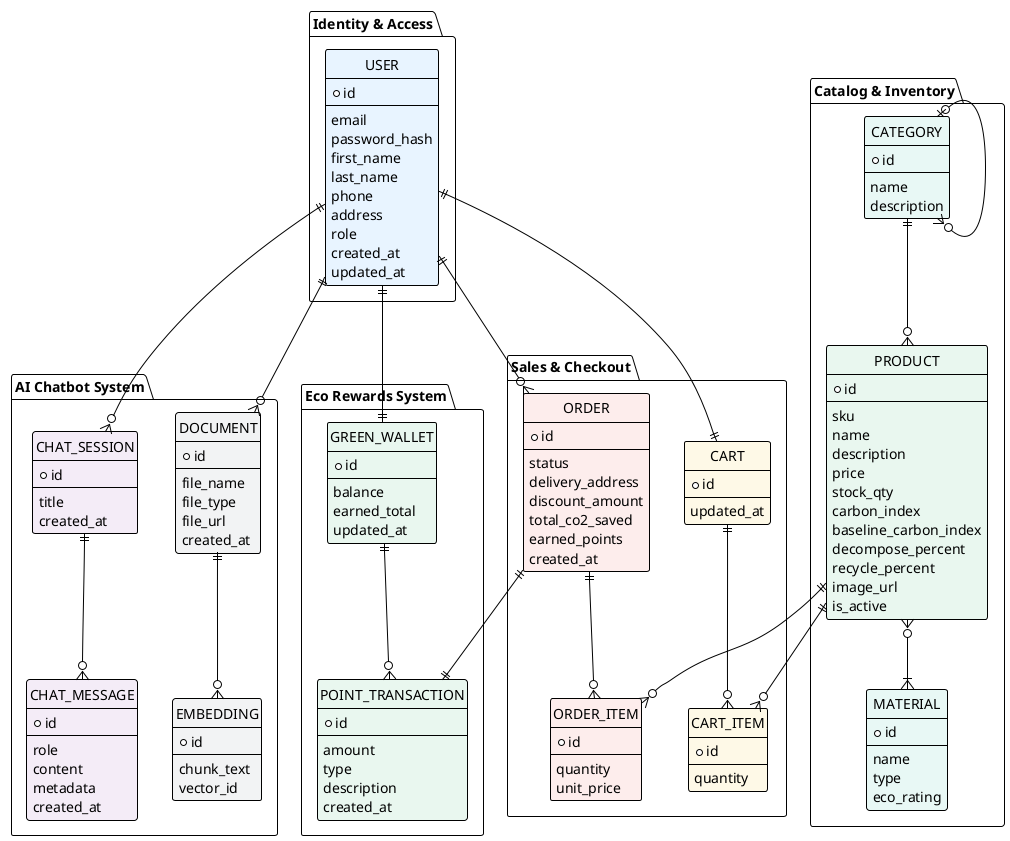
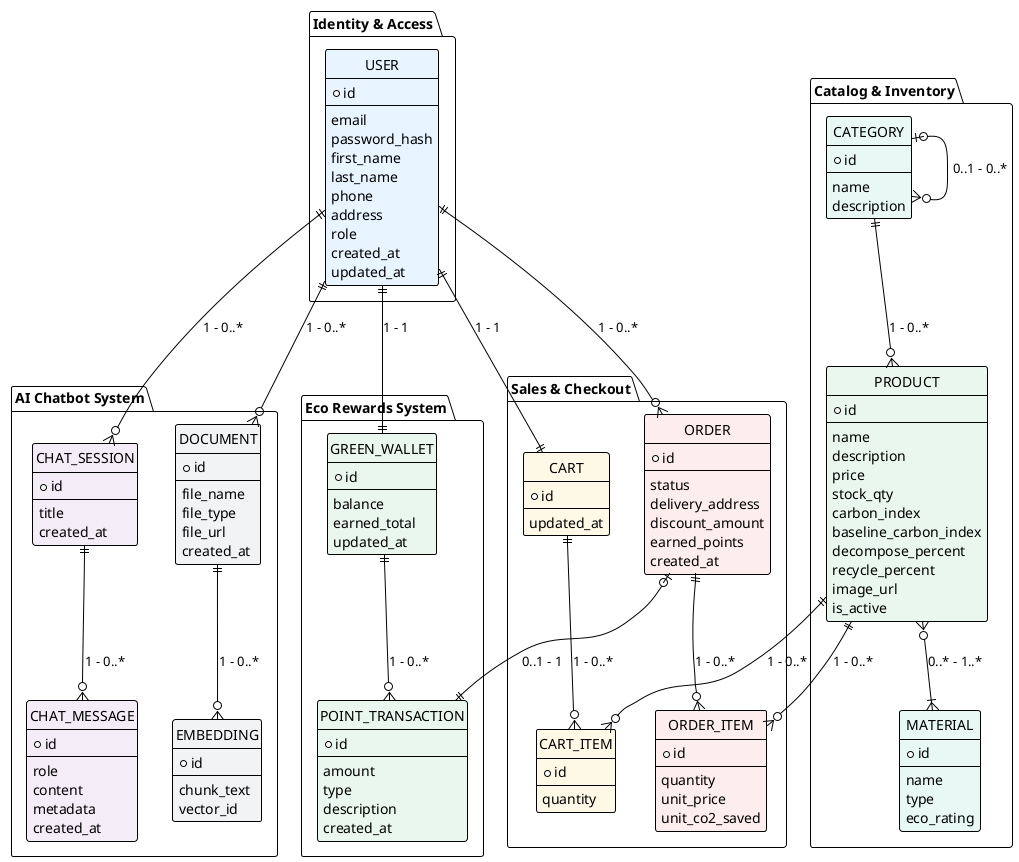
@startuml CDM
!theme plain
hide circle

' ================= PACKAGES & ENTITIES =================

package "Identity & Access" {
  entity "USER" as user #E8F4FF {
    * id
    --
    email
    password_hash
    first_name
    last_name
    phone
    address
    role
    created_at
    updated_at
  }
}

package "Catalog & Inventory" {
  entity "CATEGORY" as category #E8F8F5 {
    * id
    --
    name
    description
  }

  entity "PRODUCT" as product #E9F7EF {
    * id
    ---
-     sku
    name
    description
    price
    stock_qty
    carbon_index
    baseline_carbon_index
    decompose_percent
    recycle_percent
    image_url
    is_active
  }

  entity "MATERIAL" as material #E8F8F5 {
    * id
    --
    name
    type
    eco_rating
  }
}

package "Sales & Checkout" {
  entity "CART" as cart #FEF9E7 {
    * id
    --
    updated_at
  }

  entity "CART_ITEM" as cart_item #FEF9E7 {
    * id
    --
    quantity
  }

  entity "ORDER" as order #FDEDEC {
    * id
    --
    status
    delivery_address
    discount_amount
-     total_co2_saved
    earned_points
    created_at
  }

  entity "ORDER_ITEM" as order_item #FDEDEC {
    * id
    --
    quantity
    unit_price
+     unit_co2_saved
  }
}

package "Eco Rewards System" {
  entity "GREEN_WALLET" as green_wallet #E9F7EF {
    * id
    --
    balance
    earned_total
    updated_at
  }

  entity "POINT_TRANSACTION" as point_transaction #E9F7EF {
    * id
    --
    amount
    type
    description
    created_at
  }
}

package "AI Chatbot System" {
  entity "CHAT_SESSION" as chat_session #F4ECF7 {
    * id
    --
    title
    created_at
  }

  entity "CHAT_MESSAGE" as chat_message #F4ECF7 {
    * id
    --
    role
    content
    metadata
    created_at
  }

  entity "DOCUMENT" as document #F2F3F4 {
    * id
    --
    file_name
    file_type
    file_url
    created_at
  }

  entity "EMBEDDING" as embedding #F2F3F4 {
    * id
    --
    chunk_text
    vector_id
  }
}

' ================= RELATIONSHIPS =================

- user ||--|| cart
- cart ||--o{ cart_item
+ user ||--|| cart : "1 - 1"
+ cart ||--o{ cart_item : "1 - 0..*"

- category |o--o{ category
- category ||--o{ product
- product ||--o{ cart_item
+ category |o--o{ category : "0..1 - 0..*"
+ category ||--o{ product : "1 - 0..*"
+ product ||--o{ cart_item : "1 - 0..*"

- user ||--o{ order
- order ||--o{ order_item
- product ||--o{ order_item
+ user ||--o{ order : "1 - 0..*"
+ order ||--o{ order_item : "1 - 0..*"
+ product ||--o{ order_item : "1 - 0..*"

- user ||--|| green_wallet
- green_wallet ||--o{ point_transaction
- order ||--|| point_transaction
+ user ||--|| green_wallet : "1 - 1"
+ green_wallet ||--o{ point_transaction : "1 - 0..*"
+ order |o--|| point_transaction : "0..1 - 1"

- user ||--o{ chat_session
- chat_session ||--o{ chat_message
- user ||--o{ document
- document ||--o{ embedding
- product }o--|{ material
+ user ||--o{ chat_session : "1 - 0..*"
+ chat_session ||--o{ chat_message : "1 - 0..*"
+ user ||--o{ document : "1 - 0..*"
+ document ||--o{ embedding : "1 - 0..*"
+ product }o--|{ material : "0..* - 1..*"

green_wallet -[hidden]- embedding

@enduml
